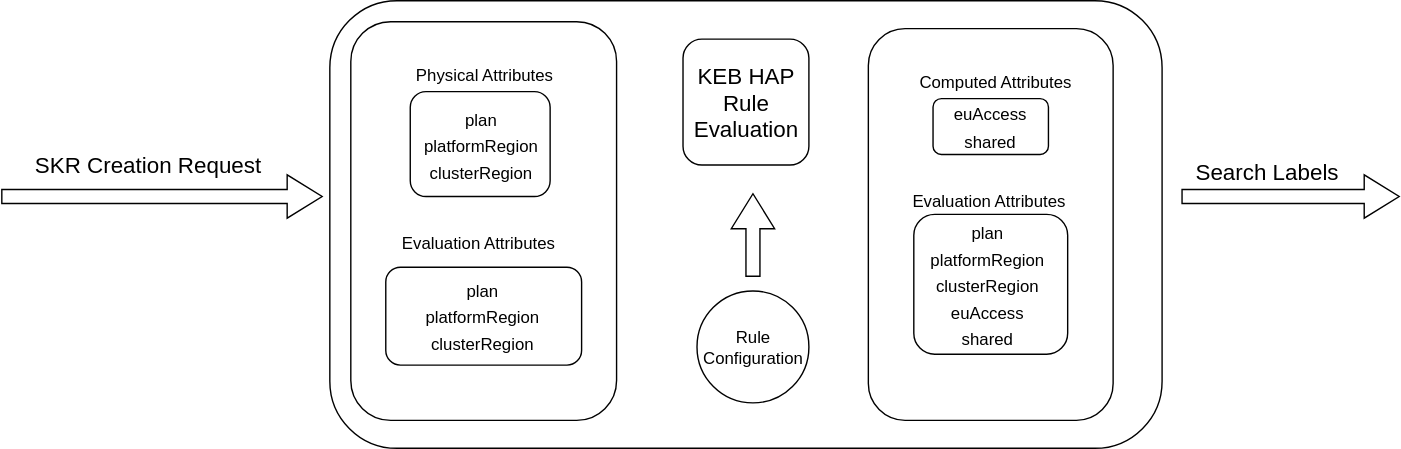
This is docs/assets/hap-rules-general.drawio.svg from kyma-project/kyma-environment-broker, a draw.io export, as it was before one commit. Source tidied: cells renumbered, new cells last; positions are measured from the earlier drawing's top-left corner, leaving out a move shared by most shapes.
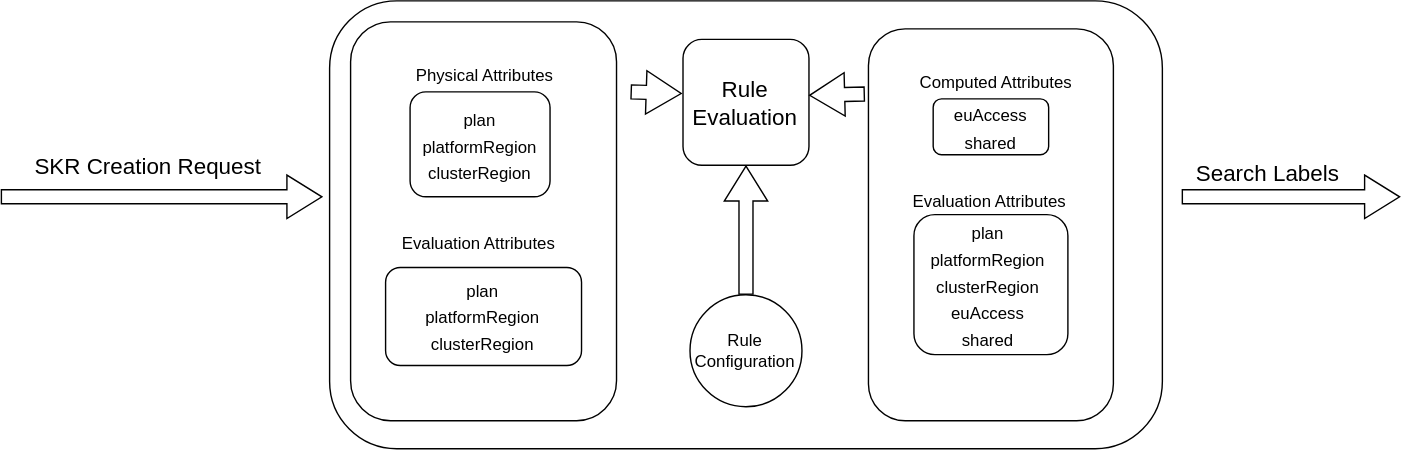
After the change.

What changed in the source:
```diff
@@ -23,7 +23,7 @@
     <mxCell id="8" style="whiteSpace=wrap;html=1;rounded=1;" parent="1" vertex="1">
       <mxGeometry x="292.5" y="65" width="100" height="75" as="geometry" />
     </mxCell>
-    <mxCell id="9" value="&lt;span style=&quot;font-size: 16px;&quot;&gt;KEB HAP Rule Evaluation&lt;/span&gt;" style="whiteSpace=wrap;html=1;rounded=1;" parent="1" vertex="1">
+    <mxCell id="9" value="&lt;span style=&quot;font-size: 16px;&quot;&gt;Rule Evaluation&lt;/span&gt;" style="whiteSpace=wrap;html=1;rounded=1;" parent="1" vertex="1">
       <mxGeometry x="487.5" y="27.5" width="90" height="90" as="geometry" />
     </mxCell>
     <mxCell id="10" style="shape=flexArrow;endArrow=classic;html=1;rounded=0;fontSize=12;startSize=8;endSize=8;curved=1;" parent="1" edge="1">
@@ -44,13 +44,10 @@
       <mxGeometry x="840" y="107.5" width="130" height="30" as="geometry" />
     </mxCell>
     <mxCell id="14" value="Rule Configuration" style="ellipse;whiteSpace=wrap;html=1;" parent="1" vertex="1">
-      <mxGeometry x="497.5" y="207.5" width="80" height="80" as="geometry" />
+      <mxGeometry x="492.5" y="210" width="80" height="80" as="geometry" />
     </mxCell>
-    <mxCell id="15" style="shape=flexArrow;endArrow=classic;html=1;rounded=0;fontSize=12;startSize=8;endSize=8;curved=1;" parent="1" edge="1">
-      <mxGeometry relative="1" as="geometry">
-        <mxPoint x="537.5" y="197.5" as="sourcePoint" />
-        <mxPoint x="537.5" y="137.5" as="targetPoint" />
-      </mxGeometry>
+    <mxCell id="15" style="shape=flexArrow;endArrow=classic;html=1;rounded=0;fontSize=12;startSize=8;endSize=8;curved=1;" parent="1" edge="1" source="14" target="9">
+      <mxGeometry relative="1" as="geometry" />
     </mxCell>
     <mxCell id="16" value="&lt;div&gt;&lt;span style=&quot;font-size: 12px; background-color: transparent; color: light-dark(rgb(0, 0, 0), rgb(255, 255, 255));&quot;&gt;euAccess&lt;/span&gt;&lt;br&gt;&lt;/div&gt;&lt;div&gt;&lt;span style=&quot;font-size: 12px; background-color: transparent; color: light-dark(rgb(0, 0, 0), rgb(255, 255, 255));&quot;&gt;shared&lt;/span&gt;&lt;/div&gt;" style="text;html=1;align=center;verticalAlign=middle;strokeColor=none;fillColor=none;fontSize=16;" parent="1" vertex="1">
       <mxGeometry x="666.9" y="65" width="80" height="50" as="geometry" />
@@ -79,5 +76,16 @@
     <mxCell id="24" style="edgeStyle=none;curved=1;rounded=0;orthogonalLoop=1;jettySize=auto;html=1;exitX=1;exitY=0.5;exitDx=0;exitDy=0;fontSize=12;startSize=8;endSize=8;" parent="1" edge="1" source="23" target="23">
       <mxGeometry relative="1" as="geometry" />
     </mxCell>
+    <mxCell id="25" style="shape=flexArrow;endArrow=classic;html=1;rounded=0;fontSize=12;startSize=8;endSize=8;curved=1;entryX=-0.009;entryY=0.43;entryDx=0;entryDy=0;entryPerimeter=0;" parent="1" edge="1" target="9">
+      <mxGeometry relative="1" as="geometry">
+        <mxPoint x="450" y="65" as="sourcePoint" />
+      </mxGeometry>
+    </mxCell>
+    <mxCell id="26" style="shape=flexArrow;endArrow=classic;html=1;rounded=0;fontSize=12;startSize=8;endSize=8;curved=1;" parent="1" edge="1">
+      <mxGeometry relative="1" as="geometry">
+        <mxPoint x="617.5" y="66.5" as="sourcePoint" />
+        <mxPoint x="577.5" y="67.5" as="targetPoint" />
+      </mxGeometry>
+    </mxCell>
   </root>
 </mxGraphModel>
```
